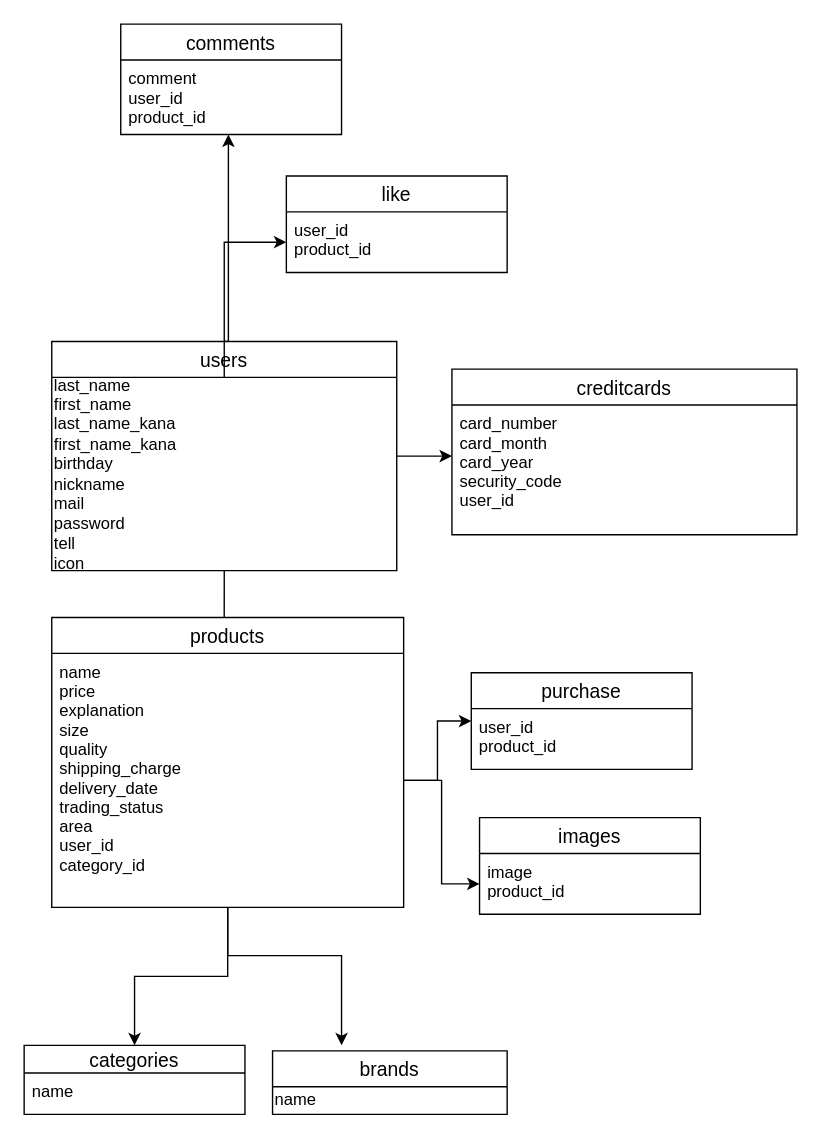
Before: furima.dio in kousu0530/furima-29586, a draw.io diagram. Source tidied: cells renumbered, new cells numbered last; positions are measured from the earlier drawing's top-left corner, leaving out a move shared by most shapes. Both pictures are drawn from the tidied source at 138%, with x=0, y=0 at pixel (23, 23).
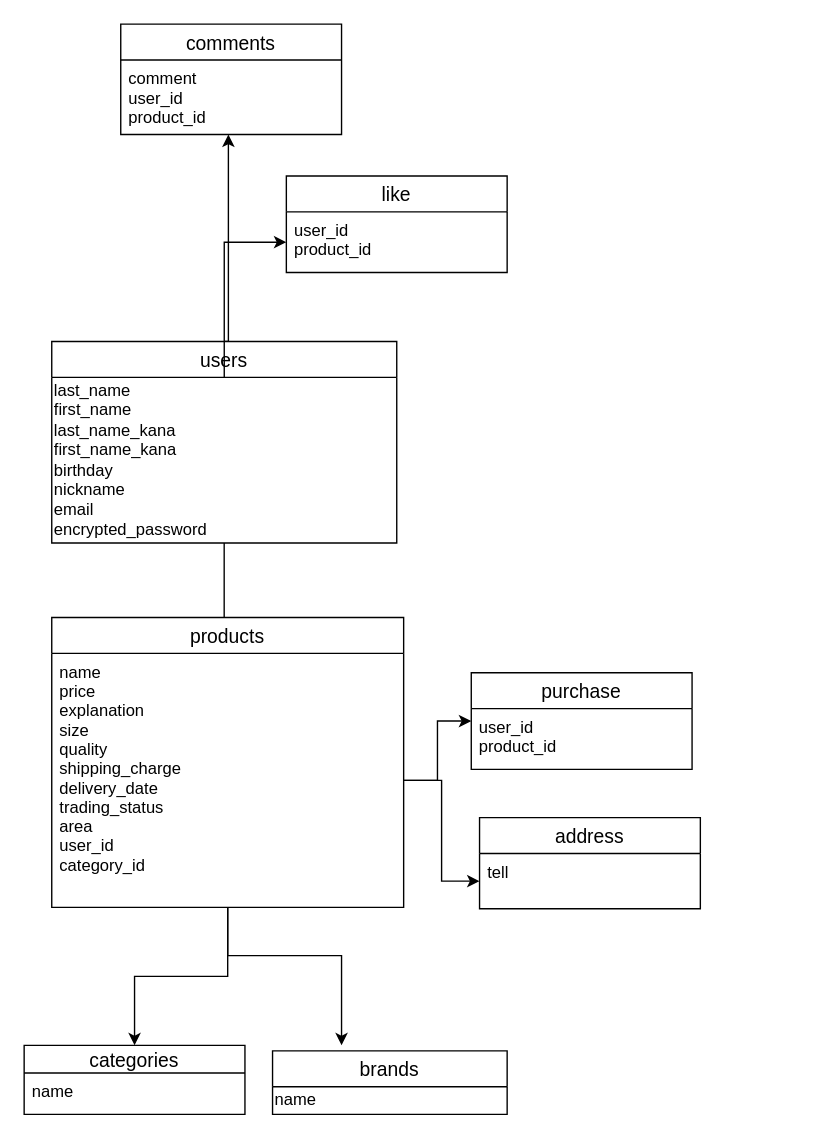
The same diagram, later.

Commit message (it also covers changes not shown here):
readme修正　dio修正

Diff of the diagram source:
```diff
@@
-    <mxCell id="3" style="edgeStyle=orthogonalEdgeStyle;rounded=0;jettySize=auto;html=1;" parent="1" edge="1" source="5">
-      <mxGeometry relative="1" as="geometry">
-        <mxPoint x="310" y="313" as="targetPoint" />
-      </mxGeometry>
-    </mxCell>
@@
     <mxCell id="5" value="users" style="swimlane;fontStyle=0;horizontal=1;startSize=26;align=center;fontSize=14;" parent="1" vertex="1">
-      <mxGeometry x="20" y="230" width="250" height="166" as="geometry" />
+      <mxGeometry x="20" y="230" width="250" height="146" as="geometry" />
     </mxCell>
-    <mxCell id="6" value="last_name&amp;nbsp;&lt;br&gt;first_name&lt;br&gt;last_name_kana&lt;br&gt;first_name_kana&lt;br&gt;birthday&lt;br&gt;nickname&lt;br&gt;mail&lt;br&gt;password&lt;br&gt;tell&lt;br&gt;icon" style="text;html=1;align=left;verticalAlign=middle;points=[];" parent="5" vertex="1">
-      <mxGeometry y="26" width="250" height="140" as="geometry" />
+    <mxCell id="6" value="last_name&amp;nbsp;&lt;br&gt;first_name&lt;br&gt;last_name_kana&lt;br&gt;first_name_kana&lt;br&gt;birthday&lt;br&gt;nickname&lt;br&gt;email&lt;br&gt;encrypted_password" style="text;html=1;align=left;verticalAlign=middle;points=[];" parent="5" vertex="1">
+      <mxGeometry y="26" width="250" height="120" as="geometry" />
     </mxCell>
@@
-    <mxCell id="21" value="creditcards" style="swimlane;fontStyle=0;horizontal=1;startSize=26;align=center;fontSize=14;strokeWidth=1;" parent="1" vertex="1">
-      <mxGeometry x="310" y="250" width="250" height="120" as="geometry" />
-    </mxCell>
-    <mxCell id="22" value="card_number&#10;card_month&#10;card_year&#10;security_code&#10;user_id&#10;" style="text;strokeColor=none;fillColor=none;spacingLeft=4;spacingRight=4;overflow=hidden;fontSize=12;" parent="21" vertex="1">
-      <mxGeometry y="26" width="250" height="94" as="geometry" />
-    </mxCell>
@@
-    <mxCell id="26" value="images" style="swimlane;fontStyle=0;horizontal=1;startSize=26;align=center;fontSize=14;strokeWidth=1;" parent="1" vertex="1">
-      <mxGeometry x="330" y="575" width="160" height="70" as="geometry" />
+    <mxCell id="26" value="address" style="swimlane;fontStyle=0;horizontal=1;startSize=26;align=center;fontSize=14;strokeWidth=1;" parent="1" vertex="1">
+      <mxGeometry x="330" y="575" width="160" height="66" as="geometry" />
     </mxCell>
-    <mxCell id="27" value="image&#10;product_id" style="text;strokeColor=none;fillColor=none;spacingLeft=4;spacingRight=4;overflow=hidden;points=[[0,0.5],[1,0.5]];portConstraint=eastwest;fontSize=12;" parent="26" vertex="1">
-      <mxGeometry y="26" width="160" height="44" as="geometry" />
+    <mxCell id="27" value="tell" style="text;strokeColor=none;fillColor=none;spacingLeft=4;spacingRight=4;overflow=hidden;points=[[0,0.5],[1,0.5]];portConstraint=eastwest;fontSize=12;" parent="26" vertex="1">
+      <mxGeometry y="26" width="160" height="40" as="geometry" />
     </mxCell>
```
